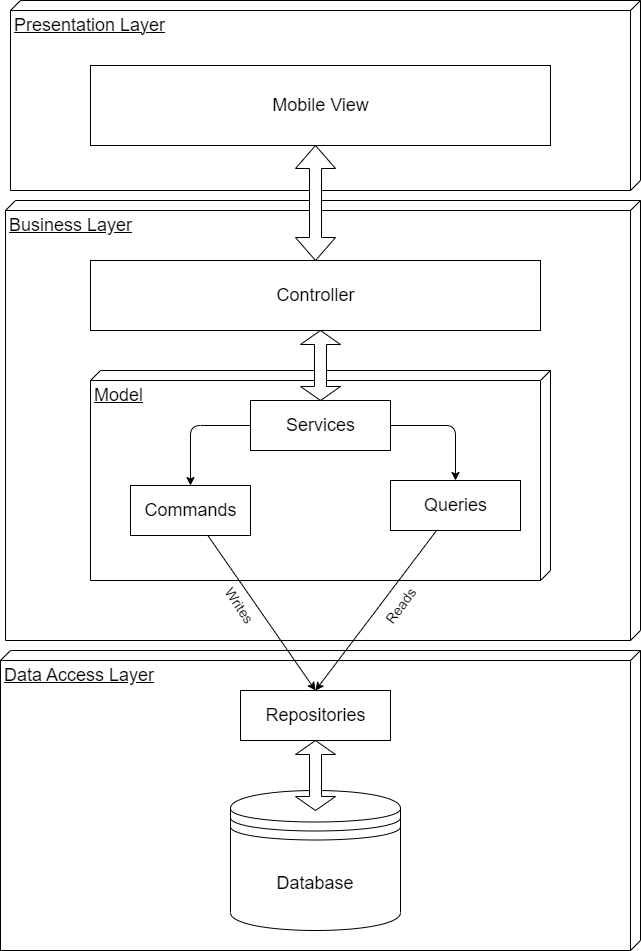
Above: diagrams/architecture/exports/architecture.png in COS301-SE-2023/EstateMatch (draw.io), before the change. Source tidied: cells renumbered, new cells last; positions are measured from the earlier drawing's top-left corner, leaving out a move shared by most shapes. Its diagram source:
```xml
<mxGraphModel>
  <root>
    <mxCell id="0" />
    <mxCell id="1" parent="0" />
    <mxCell id="2" value="&lt;font style=&quot;font-size: 18px;&quot;&gt;Presentation Layer&lt;/font&gt;" style="verticalAlign=top;align=left;spacingTop=8;spacingLeft=2;spacingRight=12;shape=cube;size=10;direction=south;fontStyle=4;html=1;" parent="1" vertex="1">
      <mxGeometry x="10" width="630" height="190" as="geometry" />
    </mxCell>
    <mxCell id="3" value="Mobile View" style="html=1;fontSize=18;" parent="1" vertex="1">
      <mxGeometry x="90" y="65" width="460" height="80" as="geometry" />
    </mxCell>
    <mxCell id="4" value="Business Layer" style="verticalAlign=top;align=left;spacingTop=8;spacingLeft=2;spacingRight=12;shape=cube;size=10;direction=south;fontStyle=4;html=1;fontSize=18;" parent="1" vertex="1">
      <mxGeometry x="5" y="200" width="635" height="440" as="geometry" />
    </mxCell>
    <mxCell id="5" value="Controller" style="html=1;fontSize=18;" parent="1" vertex="1">
      <mxGeometry x="90" y="260" width="450" height="70" as="geometry" />
    </mxCell>
    <mxCell id="6" value="Model" style="verticalAlign=top;align=left;spacingTop=8;spacingLeft=2;spacingRight=12;shape=cube;size=10;direction=south;fontStyle=4;html=1;fontSize=18;" parent="1" vertex="1">
      <mxGeometry x="90" y="370" width="460" height="210" as="geometry" />
    </mxCell>
    <mxCell id="7" style="edgeStyle=none;html=1;entryX=0.5;entryY=0;entryDx=0;entryDy=0;fontSize=18;exitX=0;exitY=0.5;exitDx=0;exitDy=0;" parent="1" edge="1" source="9" target="10">
      <mxGeometry relative="1" as="geometry">
        <Array as="points">
          <mxPoint x="190" y="425" />
        </Array>
      </mxGeometry>
    </mxCell>
    <mxCell id="8" style="edgeStyle=none;html=1;entryX=0.5;entryY=0;entryDx=0;entryDy=0;fontSize=18;exitX=1;exitY=0.5;exitDx=0;exitDy=0;" parent="1" edge="1" source="9" target="11">
      <mxGeometry relative="1" as="geometry">
        <Array as="points">
          <mxPoint x="455" y="425" />
        </Array>
      </mxGeometry>
    </mxCell>
    <mxCell id="9" value="Services" style="html=1;fontSize=18;" parent="1" vertex="1">
      <mxGeometry x="250" y="400" width="140" height="50" as="geometry" />
    </mxCell>
    <mxCell id="10" value="Commands" style="html=1;fontSize=18;" parent="1" vertex="1">
      <mxGeometry x="130" y="485" width="120" height="50" as="geometry" />
    </mxCell>
    <mxCell id="11" value="Queries" style="html=1;fontSize=18;" parent="1" vertex="1">
      <mxGeometry x="390" y="480" width="130" height="50" as="geometry" />
    </mxCell>
    <mxCell id="12" value="Data Access Layer" style="verticalAlign=top;align=left;spacingTop=8;spacingLeft=2;spacingRight=12;shape=cube;size=10;direction=south;fontStyle=4;html=1;fontSize=18;" parent="1" vertex="1">
      <mxGeometry y="650" width="640" height="300" as="geometry" />
    </mxCell>
    <mxCell id="13" value="Repositories" style="html=1;fontSize=18;" parent="1" vertex="1">
      <mxGeometry x="240" y="690" width="150" height="50" as="geometry" />
    </mxCell>
    <mxCell id="14" value="Database" style="shape=datastore;whiteSpace=wrap;html=1;fontSize=18;" parent="1" vertex="1">
      <mxGeometry x="230" y="790" width="170" height="140" as="geometry" />
    </mxCell>
    <mxCell id="15" style="shape=doubleArrow;direction=south;whiteSpace=wrap;html=1;fontSize=18;" parent="1" vertex="1">
      <mxGeometry x="295" y="740" width="40" height="70" as="geometry" />
    </mxCell>
    <mxCell id="16" style="edgeStyle=none;html=1;entryX=0.5;entryY=0;entryDx=0;entryDy=0;fontSize=18;" parent="1" edge="1" source="10" target="13">
      <mxGeometry relative="1" as="geometry" />
    </mxCell>
    <mxCell id="17" style="edgeStyle=none;html=1;entryX=0.5;entryY=0;entryDx=0;entryDy=0;fontSize=18;" parent="1" edge="1" source="11" target="13">
      <mxGeometry relative="1" as="geometry" />
    </mxCell>
    <mxCell id="18" style="shape=doubleArrow;direction=south;whiteSpace=wrap;html=1;fontSize=18;" parent="1" vertex="1">
      <mxGeometry x="300" y="330" width="40" height="70" as="geometry" />
    </mxCell>
    <mxCell id="19" style="shape=doubleArrow;direction=south;whiteSpace=wrap;html=1;fontSize=18;" parent="1" vertex="1">
      <mxGeometry x="295" y="145" width="40" height="115" as="geometry" />
    </mxCell>
    <mxCell id="20" value="&lt;font style=&quot;font-size: 14px;&quot;&gt;Writes&lt;/font&gt;" style="text;html=1;strokeColor=none;fillColor=none;align=center;verticalAlign=middle;whiteSpace=wrap;rounded=0;fontSize=18;rotation=56;" parent="1" vertex="1">
      <mxGeometry x="210" y="590" width="60" height="30" as="geometry" />
    </mxCell>
    <mxCell id="21" value="&lt;font style=&quot;font-size: 14px;&quot;&gt;Reads&lt;/font&gt;" style="text;html=1;strokeColor=none;fillColor=none;align=center;verticalAlign=middle;whiteSpace=wrap;rounded=0;fontSize=18;rotation=-53.2;" parent="1" vertex="1">
      <mxGeometry x="370" y="590" width="60" height="30" as="geometry" />
    </mxCell>
  </root>
</mxGraphModel>
```
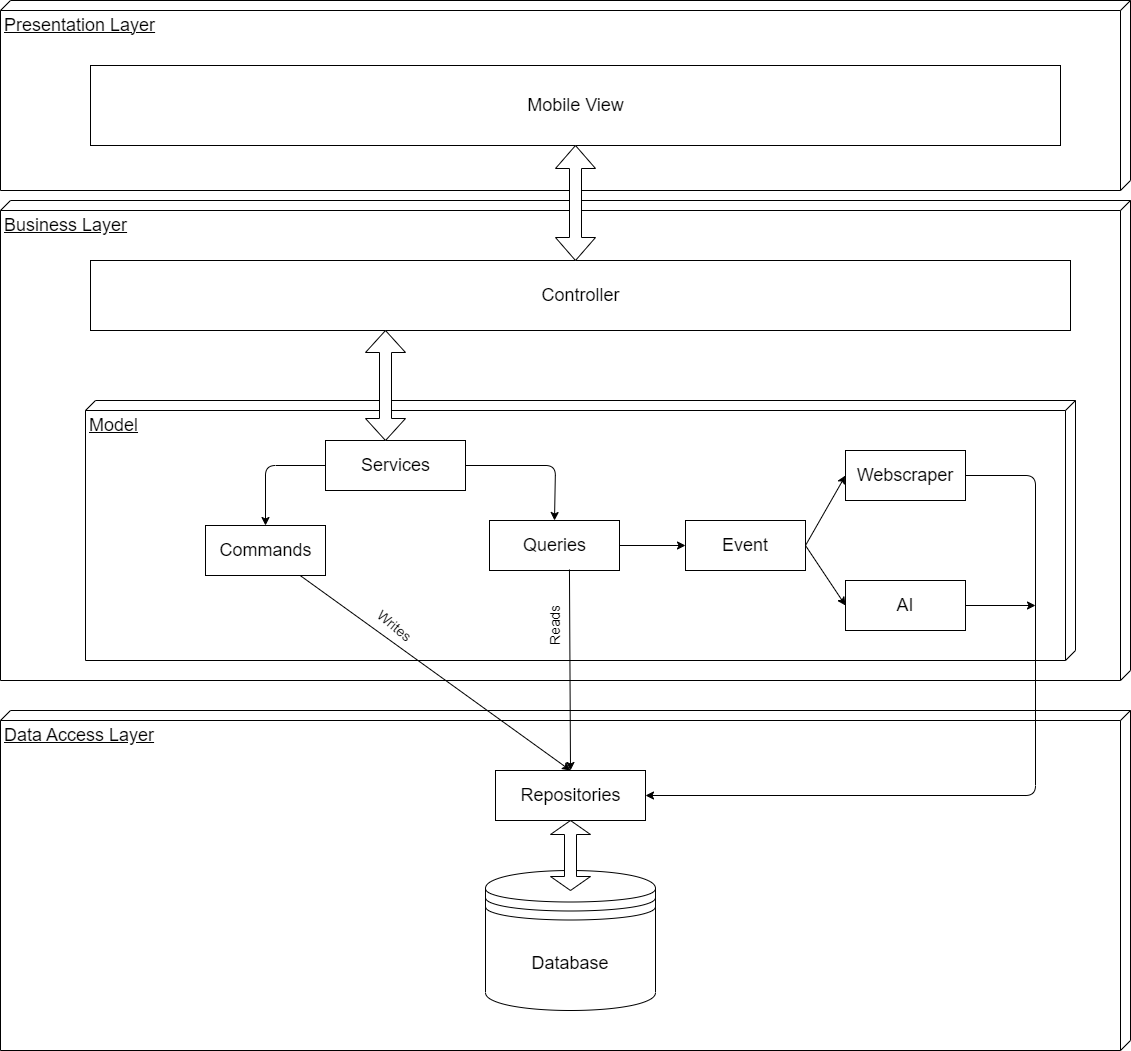
The same diagram one commit later.

Commit message:
📝 (diagram) Exports

The edit, as a diff of the source:
```diff
@@ -3,72 +3,105 @@
     <mxCell id="0" />
     <mxCell id="1" parent="0" />
     <mxCell id="2" value="&lt;font style=&quot;font-size: 18px;&quot;&gt;Presentation Layer&lt;/font&gt;" style="verticalAlign=top;align=left;spacingTop=8;spacingLeft=2;spacingRight=12;shape=cube;size=10;direction=south;fontStyle=4;html=1;" parent="1" vertex="1">
-      <mxGeometry x="10" width="630" height="190" as="geometry" />
+      <mxGeometry x="-80" width="1130" height="190" as="geometry" />
     </mxCell>
     <mxCell id="3" value="Mobile View" style="html=1;fontSize=18;" parent="1" vertex="1">
-      <mxGeometry x="90" y="65" width="460" height="80" as="geometry" />
+      <mxGeometry x="10" y="65" width="970" height="80" as="geometry" />
     </mxCell>
     <mxCell id="4" value="Business Layer" style="verticalAlign=top;align=left;spacingTop=8;spacingLeft=2;spacingRight=12;shape=cube;size=10;direction=south;fontStyle=4;html=1;fontSize=18;" parent="1" vertex="1">
-      <mxGeometry x="5" y="200" width="635" height="440" as="geometry" />
+      <mxGeometry x="-80" y="200" width="1130" height="480" as="geometry" />
     </mxCell>
     <mxCell id="5" value="Controller" style="html=1;fontSize=18;" parent="1" vertex="1">
-      <mxGeometry x="90" y="260" width="450" height="70" as="geometry" />
+      <mxGeometry x="10" y="260" width="980" height="70" as="geometry" />
     </mxCell>
+    <mxCell id="19" style="shape=doubleArrow;direction=south;whiteSpace=wrap;html=1;fontSize=18;" parent="1" vertex="1">
+      <mxGeometry x="475" y="145" width="40" height="115" as="geometry" />
+    </mxCell>
     <mxCell id="6" value="Model" style="verticalAlign=top;align=left;spacingTop=8;spacingLeft=2;spacingRight=12;shape=cube;size=10;direction=south;fontStyle=4;html=1;fontSize=18;" parent="1" vertex="1">
-      <mxGeometry x="90" y="370" width="460" height="210" as="geometry" />
+      <mxGeometry x="5" y="400" width="990" height="260" as="geometry" />
     </mxCell>
     <mxCell id="7" style="edgeStyle=none;html=1;entryX=0.5;entryY=0;entryDx=0;entryDy=0;fontSize=18;exitX=0;exitY=0.5;exitDx=0;exitDy=0;" parent="1" edge="1" source="9" target="10">
       <mxGeometry relative="1" as="geometry">
         <Array as="points">
-          <mxPoint x="190" y="425" />
+          <mxPoint x="185" y="465" />
         </Array>
       </mxGeometry>
     </mxCell>
     <mxCell id="8" style="edgeStyle=none;html=1;entryX=0.5;entryY=0;entryDx=0;entryDy=0;fontSize=18;exitX=1;exitY=0.5;exitDx=0;exitDy=0;" parent="1" edge="1" source="9" target="11">
       <mxGeometry relative="1" as="geometry">
         <Array as="points">
-          <mxPoint x="455" y="425" />
+          <mxPoint x="475" y="465" />
         </Array>
       </mxGeometry>
     </mxCell>
     <mxCell id="9" value="Services" style="html=1;fontSize=18;" parent="1" vertex="1">
-      <mxGeometry x="250" y="400" width="140" height="50" as="geometry" />
+      <mxGeometry x="245" y="440" width="140" height="50" as="geometry" />
     </mxCell>
     <mxCell id="10" value="Commands" style="html=1;fontSize=18;" parent="1" vertex="1">
-      <mxGeometry x="130" y="485" width="120" height="50" as="geometry" />
+      <mxGeometry x="125" y="525" width="120" height="50" as="geometry" />
     </mxCell>
+    <mxCell id="22" style="edgeStyle=none;html=1;fontSize=18;" parent="1" edge="1" source="11" target="26">
+      <mxGeometry relative="1" as="geometry" />
+    </mxCell>
     <mxCell id="11" value="Queries" style="html=1;fontSize=18;" parent="1" vertex="1">
-      <mxGeometry x="390" y="480" width="130" height="50" as="geometry" />
+      <mxGeometry x="409" y="520" width="130" height="50" as="geometry" />
     </mxCell>
     <mxCell id="12" value="Data Access Layer" style="verticalAlign=top;align=left;spacingTop=8;spacingLeft=2;spacingRight=12;shape=cube;size=10;direction=south;fontStyle=4;html=1;fontSize=18;" parent="1" vertex="1">
-      <mxGeometry y="650" width="640" height="300" as="geometry" />
+      <mxGeometry x="-80" y="710" width="1130" height="340" as="geometry" />
     </mxCell>
     <mxCell id="13" value="Repositories" style="html=1;fontSize=18;" parent="1" vertex="1">
-      <mxGeometry x="240" y="690" width="150" height="50" as="geometry" />
+      <mxGeometry x="415" y="770" width="150" height="50" as="geometry" />
     </mxCell>
     <mxCell id="14" value="Database" style="shape=datastore;whiteSpace=wrap;html=1;fontSize=18;" parent="1" vertex="1">
-      <mxGeometry x="230" y="790" width="170" height="140" as="geometry" />
+      <mxGeometry x="405" y="870" width="170" height="140" as="geometry" />
     </mxCell>
-    <mxCell id="15" style="shape=doubleArrow;direction=south;whiteSpace=wrap;html=1;fontSize=18;" parent="1" vertex="1">
-      <mxGeometry x="295" y="740" width="40" height="70" as="geometry" />
-    </mxCell>
+    <mxCell id="23" style="shape=doubleArrow;direction=south;whiteSpace=wrap;html=1;fontSize=18;" parent="1" vertex="1">
+      <mxGeometry x="470" y="820" width="40" height="70" as="geometry" />
+    </mxCell>
     <mxCell id="16" style="edgeStyle=none;html=1;entryX=0.5;entryY=0;entryDx=0;entryDy=0;fontSize=18;" parent="1" edge="1" source="10" target="13">
       <mxGeometry relative="1" as="geometry" />
     </mxCell>
-    <mxCell id="17" style="edgeStyle=none;html=1;entryX=0.5;entryY=0;entryDx=0;entryDy=0;fontSize=18;" parent="1" edge="1" source="11" target="13">
+    <mxCell id="17" style="edgeStyle=none;html=1;entryX=0.5;entryY=0;entryDx=0;entryDy=0;fontSize=18;exitX=0.615;exitY=0.98;exitDx=0;exitDy=0;exitPerimeter=0;" parent="1" edge="1" source="11" target="13">
       <mxGeometry relative="1" as="geometry" />
     </mxCell>
-    <mxCell id="18" style="shape=doubleArrow;direction=south;whiteSpace=wrap;html=1;fontSize=18;" parent="1" vertex="1">
-      <mxGeometry x="300" y="330" width="40" height="70" as="geometry" />
-    </mxCell>
-    <mxCell id="19" style="shape=doubleArrow;direction=south;whiteSpace=wrap;html=1;fontSize=18;" parent="1" vertex="1">
-      <mxGeometry x="295" y="145" width="40" height="115" as="geometry" />
-    </mxCell>
-    <mxCell id="20" value="&lt;font style=&quot;font-size: 14px;&quot;&gt;Writes&lt;/font&gt;" style="text;html=1;strokeColor=none;fillColor=none;align=center;verticalAlign=middle;whiteSpace=wrap;rounded=0;fontSize=18;rotation=56;" parent="1" vertex="1">
-      <mxGeometry x="210" y="590" width="60" height="30" as="geometry" />
+    <mxCell id="20" value="&lt;font style=&quot;font-size: 14px;&quot;&gt;Writes&lt;/font&gt;" style="text;html=1;strokeColor=none;fillColor=none;align=center;verticalAlign=middle;whiteSpace=wrap;rounded=0;fontSize=18;rotation=39.6;" parent="1" vertex="1">
+      <mxGeometry x="285" y="610" width="60" height="30" as="geometry" />
     </mxCell>
-    <mxCell id="21" value="&lt;font style=&quot;font-size: 14px;&quot;&gt;Reads&lt;/font&gt;" style="text;html=1;strokeColor=none;fillColor=none;align=center;verticalAlign=middle;whiteSpace=wrap;rounded=0;fontSize=18;rotation=-53.2;" parent="1" vertex="1">
-      <mxGeometry x="370" y="590" width="60" height="30" as="geometry" />
+    <mxCell id="21" value="&lt;font style=&quot;font-size: 14px;&quot;&gt;Reads&lt;/font&gt;" style="text;html=1;strokeColor=none;fillColor=none;align=center;verticalAlign=middle;whiteSpace=wrap;rounded=0;fontSize=18;rotation=-90;" parent="1" vertex="1">
+      <mxGeometry x="444" y="610" width="60" height="30" as="geometry" />
     </mxCell>
+    <mxCell id="24" style="edgeStyle=none;html=1;entryX=0;entryY=0.5;entryDx=0;entryDy=0;fontSize=18;" parent="1" edge="1" target="30">
+      <mxGeometry relative="1" as="geometry">
+        <mxPoint x="725" y="545" as="sourcePoint" />
+      </mxGeometry>
+    </mxCell>
+    <mxCell id="25" style="edgeStyle=none;html=1;entryX=0;entryY=0.5;entryDx=0;entryDy=0;fontSize=18;exitX=1;exitY=0.5;exitDx=0;exitDy=0;" parent="1" edge="1" source="26" target="28">
+      <mxGeometry relative="1" as="geometry" />
+    </mxCell>
+    <mxCell id="26" value="&lt;font style=&quot;font-size: 18px;&quot;&gt;Event&lt;/font&gt;" style="rounded=0;whiteSpace=wrap;html=1;" parent="1" vertex="1">
+      <mxGeometry x="605" y="520" width="120" height="50" as="geometry" />
+    </mxCell>
+    <mxCell id="27" style="edgeStyle=none;html=1;fontSize=18;" parent="1" edge="1" source="28">
+      <mxGeometry relative="1" as="geometry">
+        <mxPoint x="955" y="605" as="targetPoint" />
+      </mxGeometry>
+    </mxCell>
+    <mxCell id="28" value="AI" style="rounded=0;whiteSpace=wrap;html=1;fontSize=18;" parent="1" vertex="1">
+      <mxGeometry x="765" y="580" width="120" height="50" as="geometry" />
+    </mxCell>
+    <mxCell id="29" style="edgeStyle=none;html=1;entryX=1;entryY=0.5;entryDx=0;entryDy=0;fontSize=18;exitX=1;exitY=0.5;exitDx=0;exitDy=0;" parent="1" edge="1" source="30" target="13">
+      <mxGeometry relative="1" as="geometry">
+        <Array as="points">
+          <mxPoint x="955" y="475" />
+          <mxPoint x="955" y="795" />
+        </Array>
+      </mxGeometry>
+    </mxCell>
+    <mxCell id="30" value="Webscraper" style="rounded=0;whiteSpace=wrap;html=1;fontSize=18;" parent="1" vertex="1">
+      <mxGeometry x="765" y="450" width="120" height="50" as="geometry" />
+    </mxCell>
+    <mxCell id="18" style="shape=doubleArrow;direction=south;whiteSpace=wrap;html=1;fontSize=18;" parent="1" vertex="1">
+      <mxGeometry x="285" y="330" width="40" height="110" as="geometry" />
+    </mxCell>
   </root>
 </mxGraphModel>
```
